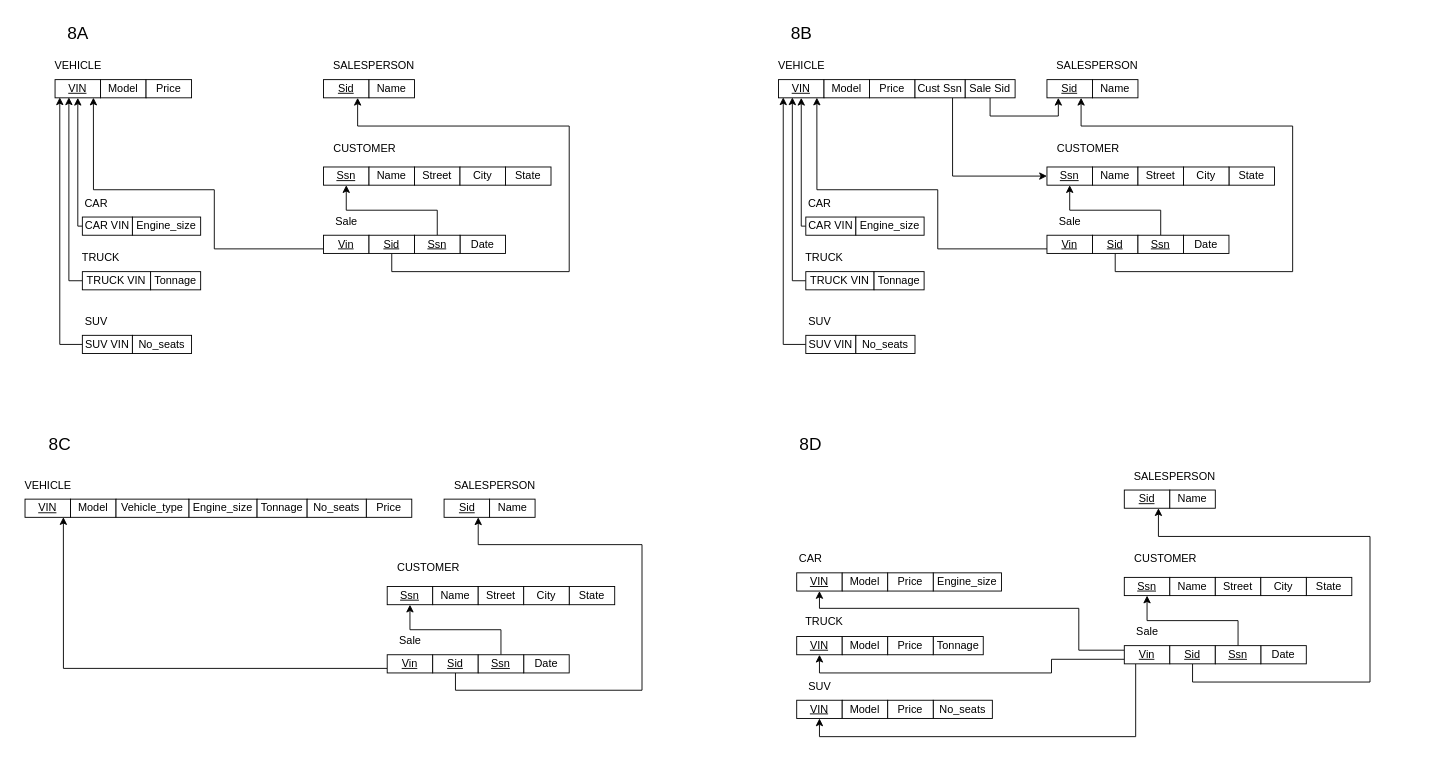
Before: assignment3/Question2.drawio in shivamdesai04/ENSF300, a draw.io diagram. Source tidied: cells renumbered, new cells numbered last; positions are measured from the earlier drawing's top-left corner, leaving out a move shared by most shapes. Both pictures are drawn from the tidied source at 91%, with x=0, y=0 at pixel (15, 15).
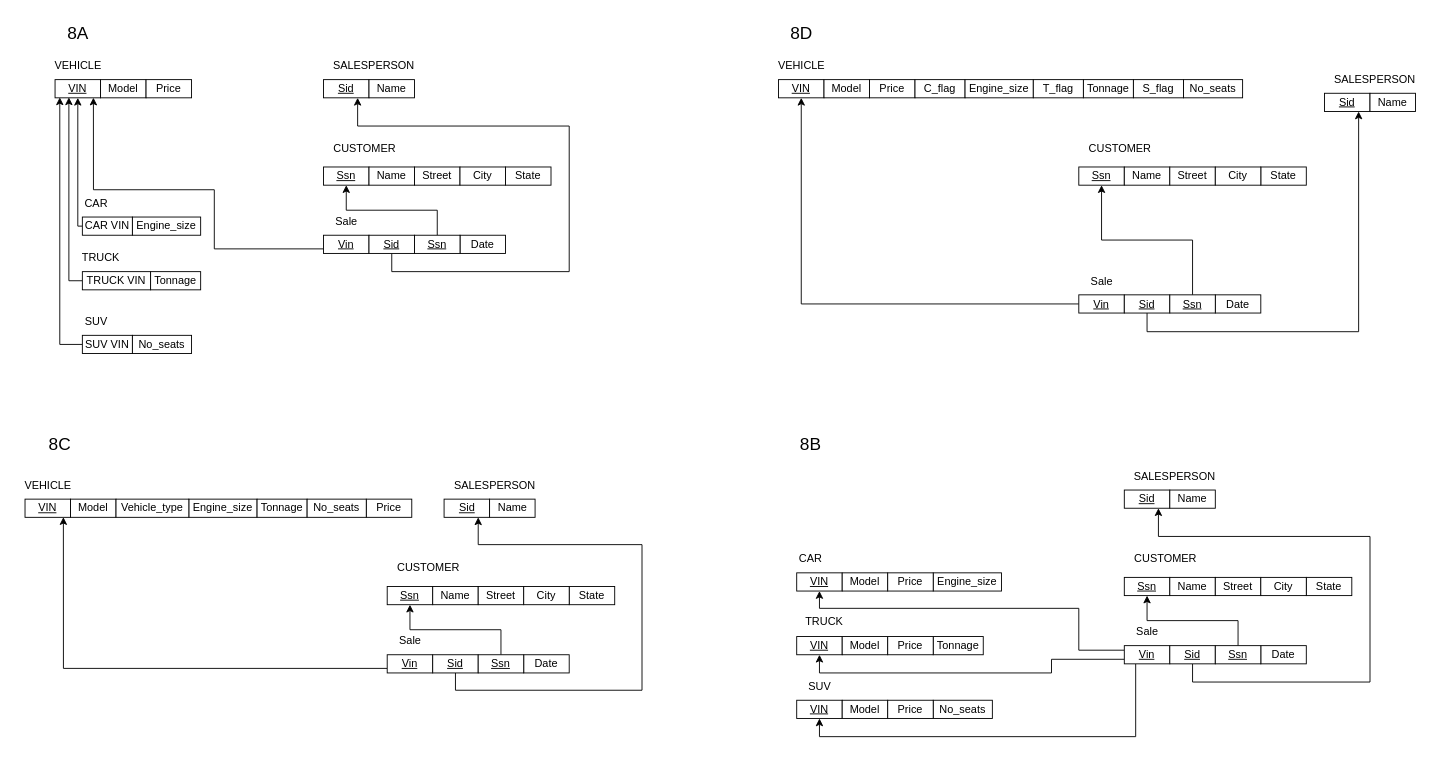
Above is the later version.

Unchanged cells that the change refers to:
```xml
<mxCell id="63" value="&lt;u&gt;VIN&lt;/u&gt;" style="whiteSpace=wrap;html=1;" parent="1" vertex="1">
  <mxGeometry x="838" y="70" width="50" height="20" as="geometry" />
</mxCell>
```

Change to the diagram source:
```diff
@@
     <mxCell id="66" value="&lt;u&gt;Sid&lt;/u&gt;" style="whiteSpace=wrap;html=1;" parent="1" vertex="1">
-      <mxGeometry x="1133" y="70" width="50" height="20" as="geometry" />
+      <mxGeometry x="1438" y="85" width="50" height="20" as="geometry" />
     </mxCell>
     <mxCell id="67" value="SALESPERSON" style="text;html=1;align=center;verticalAlign=middle;strokeColor=none;fillColor=none;" parent="1" vertex="1">
-      <mxGeometry x="1133" y="40" width="110" height="30" as="geometry" />
+      <mxGeometry x="1438" y="55" width="110" height="30" as="geometry" />
     </mxCell>
     <mxCell id="68" value="Name" style="whiteSpace=wrap;html=1;" parent="1" vertex="1">
-      <mxGeometry x="1183" y="70" width="50" height="20" as="geometry" />
+      <mxGeometry x="1488" y="85" width="50" height="20" as="geometry" />
     </mxCell>
-    <mxCell id="69" style="edgeStyle=orthogonalEdgeStyle;rounded=0;jettySize=auto;html=1;exitX=0.5;exitY=1;exitDx=0;exitDy=0;entryX=0.25;entryY=1;entryDx=0;entryDy=0;" parent="1" edge="1" source="70" target="66">
-      <mxGeometry relative="1" as="geometry" />
-    </mxCell>
-    <mxCell id="70" value="Sale Sid" style="whiteSpace=wrap;html=1;" parent="1" vertex="1">
-      <mxGeometry x="1043" y="70" width="55" height="20" as="geometry" />
-    </mxCell>
-    <mxCell id="71" value="CAR" style="text;html=1;align=center;verticalAlign=middle;strokeColor=none;fillColor=none;" parent="1" vertex="1">
-      <mxGeometry x="858" y="191" width="50" height="30" as="geometry" />
-    </mxCell>
-    <mxCell id="72" value="TRUCK" style="text;html=1;align=center;verticalAlign=middle;strokeColor=none;fillColor=none;" parent="1" vertex="1">
-      <mxGeometry x="858" y="251" width="60" height="30" as="geometry" />
-    </mxCell>
-    <mxCell id="73" style="edgeStyle=orthogonalEdgeStyle;rounded=0;jettySize=auto;html=1;exitX=0;exitY=0.5;exitDx=0;exitDy=0;entryX=0.5;entryY=1;entryDx=0;entryDy=0;" parent="1" edge="1" source="74" target="63">
-      <mxGeometry relative="1" as="geometry">
-        <Array as="points">
-          <mxPoint x="863" y="231" />
-        </Array>
-      </mxGeometry>
-    </mxCell>
-    <mxCell id="74" value="CAR VIN" style="whiteSpace=wrap;html=1;" parent="1" vertex="1">
-      <mxGeometry x="868" y="221" width="55" height="20" as="geometry" />
+    <mxCell id="74" value="C_flag" style="whiteSpace=wrap;html=1;" parent="1" vertex="1">
+      <mxGeometry x="988" y="70" width="55" height="20" as="geometry" />
     </mxCell>
     <mxCell id="75" value="Engine_size" style="whiteSpace=wrap;html=1;" parent="1" vertex="1">
-      <mxGeometry x="923" y="221" width="75" height="20" as="geometry" />
+      <mxGeometry x="1043" y="70" width="75" height="20" as="geometry" />
     </mxCell>
-    <mxCell id="76" style="edgeStyle=orthogonalEdgeStyle;rounded=0;jettySize=auto;html=1;exitX=0;exitY=0.5;exitDx=0;exitDy=0;entryX=0.304;entryY=0.975;entryDx=0;entryDy=0;entryPerimeter=0;" parent="1" edge="1" source="77" target="63">
-      <mxGeometry relative="1" as="geometry">
-        <Array as="points">
-          <mxPoint x="853" y="291" />
-        </Array>
-      </mxGeometry>
-    </mxCell>
-    <mxCell id="77" value="TRUCK VIN" style="whiteSpace=wrap;html=1;" parent="1" vertex="1">
-      <mxGeometry x="868" y="281" width="75" height="20" as="geometry" />
-    </mxCell>
     <mxCell id="78" value="Tonnage" style="whiteSpace=wrap;html=1;" parent="1" vertex="1">
-      <mxGeometry x="943" y="281" width="55" height="20" as="geometry" />
+      <mxGeometry x="1173" y="70" width="55" height="20" as="geometry" />
     </mxCell>
-    <mxCell id="79" style="edgeStyle=orthogonalEdgeStyle;rounded=0;jettySize=auto;html=1;exitX=0;exitY=0.5;exitDx=0;exitDy=0;entryX=0.104;entryY=0.975;entryDx=0;entryDy=0;entryPerimeter=0;" parent="1" edge="1" source="80" target="63">
-      <mxGeometry relative="1" as="geometry" />
-    </mxCell>
-    <mxCell id="80" value="SUV VIN" style="whiteSpace=wrap;html=1;" parent="1" vertex="1">
-      <mxGeometry x="868" y="351" width="55" height="20" as="geometry" />
-    </mxCell>
     <mxCell id="81" value="No_seats" style="whiteSpace=wrap;html=1;" parent="1" vertex="1">
-      <mxGeometry x="923" y="351" width="65" height="20" as="geometry" />
+      <mxGeometry x="1283" y="70" width="65" height="20" as="geometry" />
     </mxCell>
-    <mxCell id="82" value="SUV" style="text;html=1;align=center;verticalAlign=middle;strokeColor=none;fillColor=none;" parent="1" vertex="1">
-      <mxGeometry x="858" y="321" width="50" height="30" as="geometry" />
-    </mxCell>
     <mxCell id="83" value="Date" style="whiteSpace=wrap;html=1;" parent="1" vertex="1">
-      <mxGeometry x="1283" y="241" width="50" height="20" as="geometry" />
+      <mxGeometry x="1318" y="306.5" width="50" height="20" as="geometry" />
     </mxCell>
     <mxCell id="84" value="CUSTOMER" style="text;html=1;align=center;verticalAlign=middle;strokeColor=none;fillColor=none;" parent="1" vertex="1">
-      <mxGeometry x="1133" y="131" width="90" height="30" as="geometry" />
+      <mxGeometry x="1168" y="131" width="90" height="30" as="geometry" />
     </mxCell>
     <mxCell id="85" value="&lt;u&gt;Ssn&lt;/u&gt;" style="whiteSpace=wrap;html=1;" parent="1" vertex="1">
-      <mxGeometry x="1133" y="166" width="50" height="20" as="geometry" />
+      <mxGeometry x="1168" y="166" width="50" height="20" as="geometry" />
     </mxCell>
     <mxCell id="86" value="Name" style="whiteSpace=wrap;html=1;" parent="1" vertex="1">
-      <mxGeometry x="1183" y="166" width="50" height="20" as="geometry" />
+      <mxGeometry x="1218" y="166" width="50" height="20" as="geometry" />
     </mxCell>
     <mxCell id="87" value="State" style="whiteSpace=wrap;html=1;" parent="1" vertex="1">
-      <mxGeometry x="1333" y="166" width="50" height="20" as="geometry" />
+      <mxGeometry x="1368" y="166" width="50" height="20" as="geometry" />
     </mxCell>
     <mxCell id="88" value="Street" style="whiteSpace=wrap;html=1;" parent="1" vertex="1">
-      <mxGeometry x="1233" y="166" width="50" height="20" as="geometry" />
+      <mxGeometry x="1268" y="166" width="50" height="20" as="geometry" />
     </mxCell>
     <mxCell id="89" value="City" style="whiteSpace=wrap;html=1;" parent="1" vertex="1">
-      <mxGeometry x="1283" y="166" width="50" height="20" as="geometry" />
+      <mxGeometry x="1318" y="166" width="50" height="20" as="geometry" />
     </mxCell>
     <mxCell id="90" value="Sale" style="text;html=1;align=center;verticalAlign=middle;strokeColor=none;fillColor=none;" parent="1" vertex="1">
-      <mxGeometry x="1133" y="211" width="50" height="30" as="geometry" />
+      <mxGeometry x="1168" y="276.5" width="50" height="30" as="geometry" />
     </mxCell>
-    <mxCell id="91" style="edgeStyle=orthogonalEdgeStyle;rounded=0;jettySize=auto;html=1;exitX=0;exitY=0.75;exitDx=0;exitDy=0;entryX=0.843;entryY=0.989;entryDx=0;entryDy=0;entryPerimeter=0;" parent="1" edge="1" source="92" target="63">
-      <mxGeometry relative="1" as="geometry">
-        <Array as="points">
-          <mxPoint x="1013" y="256" />
-          <mxPoint x="1013" y="191" />
-          <mxPoint x="880" y="191" />
-        </Array>
-      </mxGeometry>
+    <mxCell id="91" style="edgeStyle=orthogonalEdgeStyle;rounded=0;jettySize=auto;html=1;exitX=0;exitY=0.5;exitDx=0;exitDy=0;entryX=0.5;entryY=1;entryDx=0;entryDy=0;" parent="1" edge="1" source="92" target="63">
+      <mxGeometry relative="1" as="geometry" />
     </mxCell>
     <mxCell id="92" value="&lt;u&gt;Vin&lt;/u&gt;" style="whiteSpace=wrap;html=1;" parent="1" vertex="1">
-      <mxGeometry x="1133" y="241" width="50" height="20" as="geometry" />
+      <mxGeometry x="1168" y="306.5" width="50" height="20" as="geometry" />
     </mxCell>
     <mxCell id="93" style="edgeStyle=orthogonalEdgeStyle;rounded=0;jettySize=auto;html=1;exitX=0.5;exitY=1;exitDx=0;exitDy=0;entryX=0.75;entryY=1;entryDx=0;entryDy=0;" parent="1" edge="1" source="94" target="66">
       <mxGeometry relative="1" as="geometry">
         <Array as="points">
-          <mxPoint x="1208" y="281" />
-          <mxPoint x="1403" y="281" />
-          <mxPoint x="1403" y="121" />
-          <mxPoint x="1171" y="121" />
+          <mxPoint x="1243" y="347" />
+          <mxPoint x="1476" y="347" />
+          <mxPoint x="1476" y="105" />
         </Array>
       </mxGeometry>
     </mxCell>
     <mxCell id="94" value="&lt;u&gt;Sid&lt;/u&gt;" style="whiteSpace=wrap;html=1;" parent="1" vertex="1">
-      <mxGeometry x="1183" y="241" width="50" height="20" as="geometry" />
+      <mxGeometry x="1218" y="306.5" width="50" height="20" as="geometry" />
     </mxCell>
@@
     <mxCell id="96" value="&lt;u&gt;Ssn&lt;/u&gt;" style="whiteSpace=wrap;html=1;" parent="1" vertex="1">
-      <mxGeometry x="1233" y="241" width="50" height="20" as="geometry" />
+      <mxGeometry x="1268" y="306.5" width="50" height="20" as="geometry" />
     </mxCell>
-    <mxCell id="97" style="edgeStyle=orthogonalEdgeStyle;rounded=0;jettySize=auto;html=1;exitX=0.75;exitY=1;exitDx=0;exitDy=0;entryX=0;entryY=0.5;entryDx=0;entryDy=0;" parent="1" edge="1" source="98" target="85">
-      <mxGeometry relative="1" as="geometry">
-        <Array as="points">
-          <mxPoint x="1029" y="176" />
-        </Array>
-      </mxGeometry>
-    </mxCell>
-    <mxCell id="98" value="Cust Ssn" style="whiteSpace=wrap;html=1;" parent="1" vertex="1">
-      <mxGeometry x="988" y="70" width="55" height="20" as="geometry" />
-    </mxCell>
-    <mxCell id="99" value="&lt;span style=&quot;font-size: 19px;&quot;&gt;8B&lt;/span&gt;" style="text;html=1;align=center;verticalAlign=middle;strokeColor=none;fillColor=none;" parent="1" vertex="1">
+    <mxCell id="99" value="&lt;span style=&quot;font-size: 19px;&quot;&gt;8D&lt;/span&gt;" style="text;html=1;align=center;verticalAlign=middle;strokeColor=none;fillColor=none;" parent="1" vertex="1">
       <mxGeometry x="838" width="50" height="40" as="geometry" />
     </mxCell>
@@
-    <mxCell id="125" value="&lt;span style=&quot;font-size: 19px;&quot;&gt;8D&lt;/span&gt;" style="text;html=1;align=center;verticalAlign=middle;strokeColor=none;fillColor=none;" parent="1" vertex="1">
+    <mxCell id="125" value="&lt;span style=&quot;font-size: 19px;&quot;&gt;8B&lt;/span&gt;" style="text;html=1;align=center;verticalAlign=middle;strokeColor=none;fillColor=none;" parent="1" vertex="1">
       <mxGeometry x="848" y="451" width="50" height="40" as="geometry" />
     </mxCell>
@@
+    <mxCell id="135" value="T_flag" style="whiteSpace=wrap;html=1;" parent="1" vertex="1">
+      <mxGeometry x="1118" y="70" width="55" height="20" as="geometry" />
+    </mxCell>
+    <mxCell id="136" value="S_flag" style="whiteSpace=wrap;html=1;" parent="1" vertex="1">
+      <mxGeometry x="1228" y="70" width="55" height="20" as="geometry" />
+    </mxCell>
```
